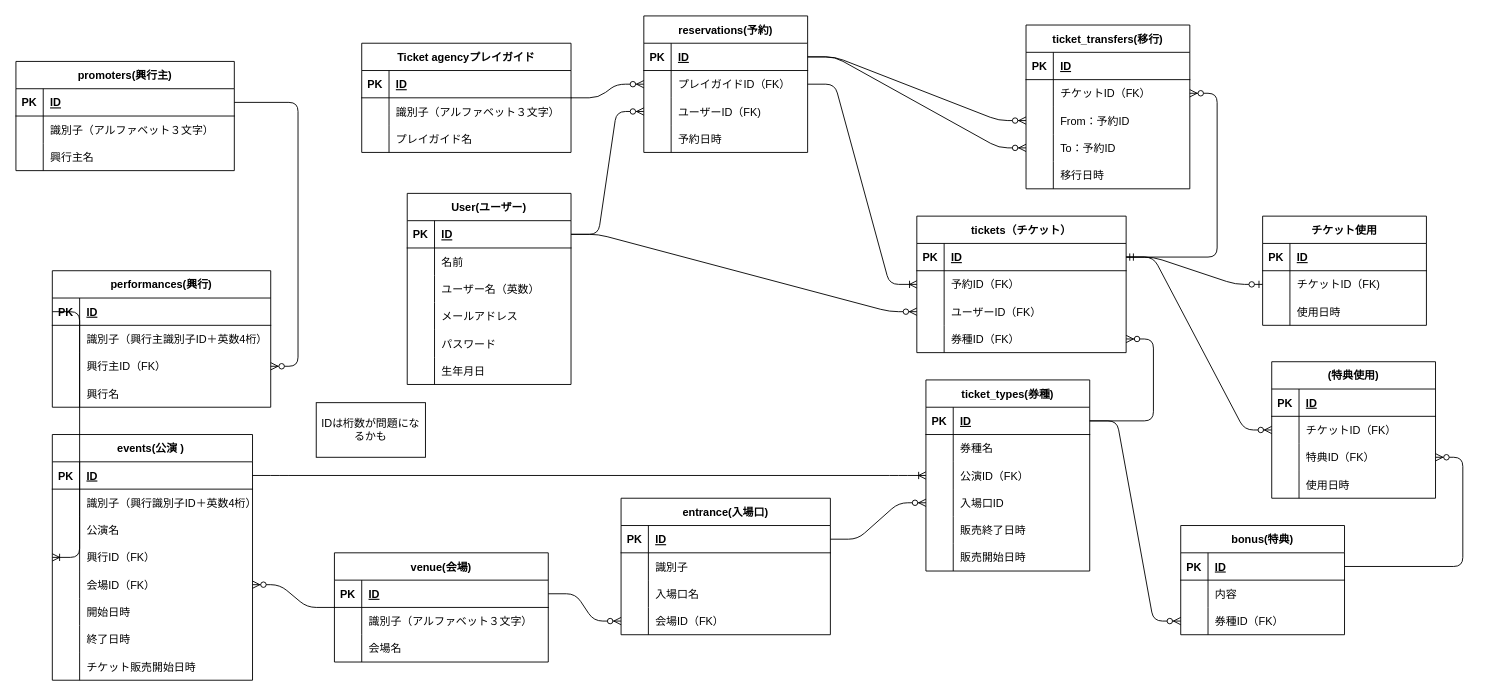
This is ticket-system/ticket-er-diagram.drawio from YassunEngineerUniversity/training-takeshita, a draw.io file, before an edit. Source tidied: cells renumbered, new cells numbered last; positions are measured from the earlier drawing's top-left corner, leaving out a move shared by most shapes. Both pictures are drawn from the tidied source at 91%, with x=0, y=0 at pixel (15, 15).
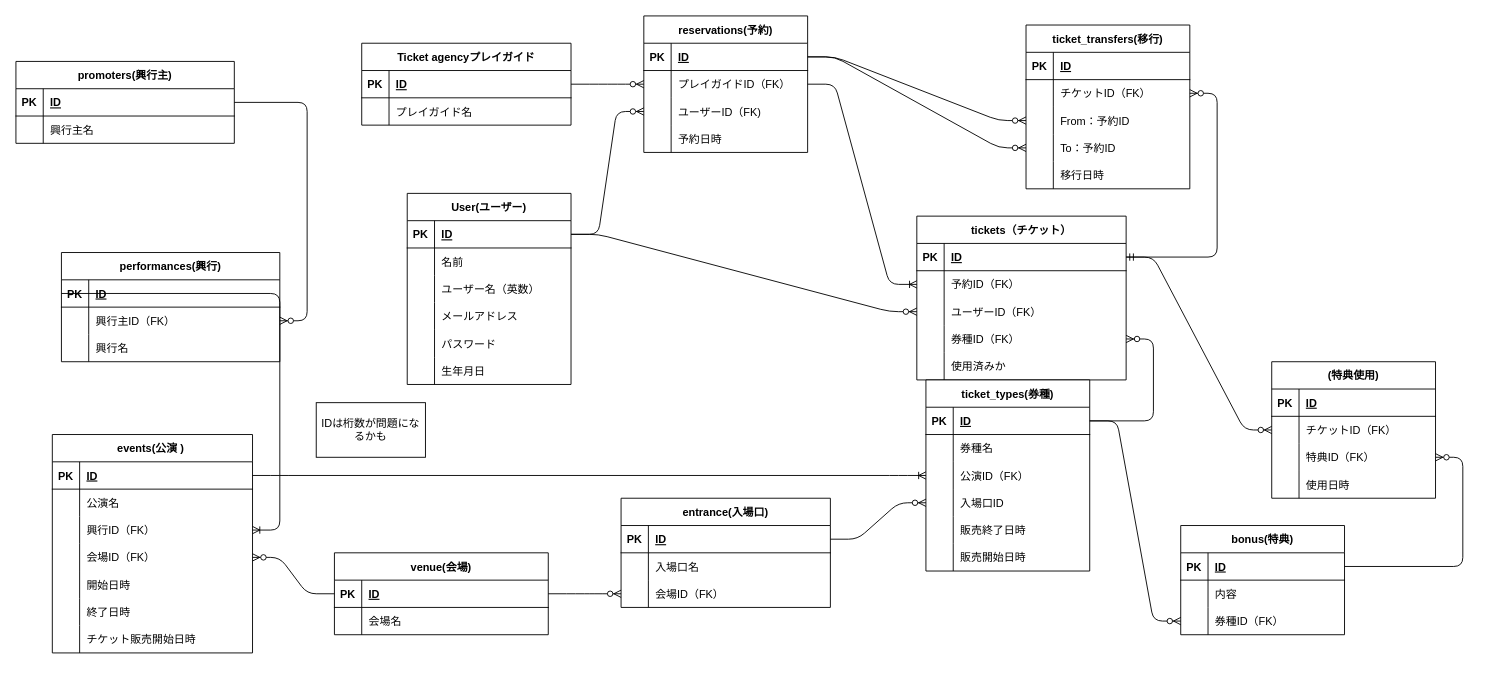
Above is the later version.

Unchanged cells that the change refers to:
```xml
<mxCell id="81" style="shape=tableRow;horizontal=0;startSize=0;swimlaneHead=0;swimlaneBody=0;fillColor=none;points=[[0,0.5],[1,0.5]];portConstraint=eastwest;top=0;left=0;right=0;bottom=1;" parent="80" vertex="1">
  <mxGeometry y="30" width="230" height="30" as="geometry" />
</mxCell>
<mxCell id="199" style="shape=tableRow;horizontal=0;startSize=0;swimlaneHead=0;swimlaneBody=0;fillColor=none;points=[[0,0.5],[1,0.5]];portConstraint=eastwest;top=0;left=0;right=0;bottom=1;" parent="198" vertex="1">
  <mxGeometry y="30" width="240" height="30" as="geometry" />
</mxCell>
```

Diff of the diagram source:
```diff
@@
     <mxCell id="22" value="promoters(興行主)" style="shape=table;startSize=30;childLayout=tableLayout;rowLines=0;fontStyle=1;align=center;" parent="1" vertex="1">
-      <mxGeometry y="50" width="240" height="120" as="geometry" />
+      <mxGeometry y="50" width="240" height="90" as="geometry" />
     </mxCell>
@@
-    <mxCell id="26" style="shape=tableRow;horizontal=0;startSize=0;swimlaneHead=0;swimlaneBody=0;fillColor=none;top=0;left=0;right=0;bottom=0;" parent="22" vertex="1">
-      <mxGeometry y="60" width="240" height="30" as="geometry" />
-    </mxCell>
-    <mxCell id="27" style="shape=partialRectangle;fillColor=none;top=0;left=0;bottom=0;right=0;overflow=hidden;" parent="26" vertex="1">
-      <mxGeometry width="30" height="30" as="geometry" />
-    </mxCell>
-    <mxCell id="28" value="識別子（アルファベット３文字）" style="shape=partialRectangle;fillColor=none;top=0;left=0;bottom=0;right=0;align=left;spacingLeft=6;overflow=hidden;" parent="26" vertex="1">
-      <mxGeometry x="30" width="210" height="30" as="geometry" />
-    </mxCell>
     <mxCell id="29" style="shape=tableRow;horizontal=0;startSize=0;swimlaneHead=0;swimlaneBody=0;fillColor=none;top=0;left=0;right=0;bottom=0;" parent="22" vertex="1">
-      <mxGeometry y="90" width="240" height="30" as="geometry" />
+      <mxGeometry y="60" width="240" height="30" as="geometry" />
     </mxCell>
@@
     <mxCell id="32" value="events(公演 ) " style="shape=table;startSize=30;childLayout=tableLayout;rowLines=0;fontStyle=1;align=center;" parent="1" vertex="1">
-      <mxGeometry x="40" y="460" width="220" height="270" as="geometry" />
+      <mxGeometry x="40" y="460" width="220" height="240" as="geometry" />
     </mxCell>
@@
-    <mxCell id="36" style="shape=tableRow;horizontal=0;startSize=0;swimlaneHead=0;swimlaneBody=0;fillColor=none;top=0;left=0;right=0;bottom=0;" parent="32" vertex="1">
-      <mxGeometry y="60" width="220" height="30" as="geometry" />
-    </mxCell>
-    <mxCell id="37" style="shape=partialRectangle;fillColor=none;top=0;left=0;bottom=0;right=0;overflow=hidden;" parent="36" vertex="1">
-      <mxGeometry width="30" height="30" as="geometry" />
-    </mxCell>
-    <mxCell id="38" value="識別子（興行識別子ID＋英数4桁）" style="shape=partialRectangle;fillColor=none;top=0;left=0;bottom=0;right=0;align=left;spacingLeft=6;overflow=hidden;" parent="36" vertex="1">
-      <mxGeometry x="30" width="190" height="30" as="geometry" />
-    </mxCell>
     <mxCell id="39" style="shape=tableRow;horizontal=0;startSize=0;swimlaneHead=0;swimlaneBody=0;fillColor=none;top=0;left=0;right=0;bottom=0;" parent="32" vertex="1">
-      <mxGeometry y="90" width="220" height="30" as="geometry" />
+      <mxGeometry y="60" width="220" height="30" as="geometry" />
     </mxCell>
@@
     <mxCell id="42" style="shape=tableRow;horizontal=0;startSize=0;swimlaneHead=0;swimlaneBody=0;fillColor=none;points=[[0,0.5],[1,0.5]];portConstraint=eastwest;top=0;left=0;right=0;bottom=0;" parent="32" vertex="1">
-      <mxGeometry y="120" width="220" height="30" as="geometry" />
+      <mxGeometry y="90" width="220" height="30" as="geometry" />
     </mxCell>
@@
     <mxCell id="45" style="shape=tableRow;horizontal=0;startSize=0;swimlaneHead=0;swimlaneBody=0;fillColor=none;points=[[0,0.5],[1,0.5]];portConstraint=eastwest;top=0;left=0;right=0;bottom=0;" parent="32" vertex="1">
-      <mxGeometry y="150" width="220" height="30" as="geometry" />
+      <mxGeometry y="120" width="220" height="30" as="geometry" />
     </mxCell>
@@
     <mxCell id="48" style="shape=tableRow;horizontal=0;startSize=0;swimlaneHead=0;swimlaneBody=0;fillColor=none;top=0;left=0;right=0;bottom=0;" parent="32" vertex="1">
-      <mxGeometry y="180" width="220" height="30" as="geometry" />
+      <mxGeometry y="150" width="220" height="30" as="geometry" />
     </mxCell>
@@
     <mxCell id="51" style="shape=tableRow;horizontal=0;startSize=0;swimlaneHead=0;swimlaneBody=0;fillColor=none;top=0;left=0;right=0;bottom=0;" parent="32" vertex="1">
-      <mxGeometry y="210" width="220" height="30" as="geometry" />
+      <mxGeometry y="180" width="220" height="30" as="geometry" />
     </mxCell>
@@
     <mxCell id="54" style="shape=tableRow;horizontal=0;startSize=0;swimlaneHead=0;swimlaneBody=0;fillColor=none;top=0;left=0;right=0;bottom=0;" parent="32" vertex="1">
-      <mxGeometry y="240" width="220" height="30" as="geometry" />
+      <mxGeometry y="210" width="220" height="30" as="geometry" />
     </mxCell>
@@
     <mxCell id="57" value="Ticket agencyプレイガイド" style="shape=table;startSize=30;childLayout=tableLayout;rowLines=0;fontStyle=1;align=center;" parent="1" vertex="1">
-      <mxGeometry x="380" y="30" width="230" height="120" as="geometry" />
+      <mxGeometry x="380" y="30" width="230" height="90" as="geometry" />
     </mxCell>
@@
-    <mxCell id="61" style="shape=tableRow;horizontal=0;startSize=0;swimlaneHead=0;swimlaneBody=0;fillColor=none;top=0;left=0;right=0;bottom=0;" parent="57" vertex="1">
-      <mxGeometry y="60" width="230" height="30" as="geometry" />
-    </mxCell>
-    <mxCell id="62" style="shape=partialRectangle;fillColor=none;top=0;left=0;bottom=0;right=0;overflow=hidden;" parent="61" vertex="1">
-      <mxGeometry width="30" height="30" as="geometry" />
-    </mxCell>
-    <mxCell id="63" value="識別子（アルファベット３文字）" style="shape=partialRectangle;fillColor=none;top=0;left=0;bottom=0;right=0;align=left;spacingLeft=6;overflow=hidden;" parent="61" vertex="1">
-      <mxGeometry x="30" width="200" height="30" as="geometry" />
-    </mxCell>
     <mxCell id="64" style="shape=tableRow;horizontal=0;startSize=0;swimlaneHead=0;swimlaneBody=0;fillColor=none;top=0;left=0;right=0;bottom=0;" parent="57" vertex="1">
-      <mxGeometry y="90" width="230" height="30" as="geometry" />
+      <mxGeometry y="60" width="230" height="30" as="geometry" />
     </mxCell>
@@
     <mxCell id="80" value="tickets（チケット）" style="shape=table;startSize=30;childLayout=tableLayout;rowLines=0;fontStyle=1;align=center;" parent="1" vertex="1">
-      <mxGeometry x="990" y="220" width="230" height="150" as="geometry" />
+      <mxGeometry x="990" y="220" width="230" height="180" as="geometry" />
     </mxCell>
@@
+    <mxCell id="215" style="shape=tableRow;horizontal=0;startSize=0;swimlaneHead=0;swimlaneBody=0;fillColor=none;top=0;left=0;right=0;bottom=0;" parent="80" vertex="1">
+      <mxGeometry y="150" width="230" height="30" as="geometry" />
+    </mxCell>
+    <mxCell id="216" style="shape=partialRectangle;fillColor=none;top=0;left=0;bottom=0;right=0;overflow=hidden;" parent="215" vertex="1">
+      <mxGeometry width="30" height="30" as="geometry" />
+    </mxCell>
+    <mxCell id="217" value="使用済みか" style="shape=partialRectangle;fillColor=none;top=0;left=0;bottom=0;right=0;align=left;spacingLeft=6;overflow=hidden;" parent="215" vertex="1">
+      <mxGeometry x="30" width="200" height="30" as="geometry" />
+    </mxCell>
@@
     <mxCell id="94" value="venue(会場)" style="shape=table;startSize=30;childLayout=tableLayout;rowLines=0;fontStyle=1;align=center;" parent="1" vertex="1">
-      <mxGeometry x="350" y="590" width="235" height="120" as="geometry" />
+      <mxGeometry x="350" y="590" width="235" height="90" as="geometry" />
     </mxCell>
@@
-    <mxCell id="98" style="shape=tableRow;horizontal=0;startSize=0;swimlaneHead=0;swimlaneBody=0;fillColor=none;top=0;left=0;right=0;bottom=0;" parent="94" vertex="1">
-      <mxGeometry y="60" width="235" height="30" as="geometry" />
-    </mxCell>
-    <mxCell id="99" style="shape=partialRectangle;fillColor=none;top=0;left=0;bottom=0;right=0;overflow=hidden;" parent="98" vertex="1">
-      <mxGeometry width="30" height="30" as="geometry" />
-    </mxCell>
-    <mxCell id="100" value="識別子（アルファベット３文字）" style="shape=partialRectangle;fillColor=none;top=0;left=0;bottom=0;right=0;align=left;spacingLeft=6;overflow=hidden;" parent="98" vertex="1">
-      <mxGeometry x="30" width="205" height="30" as="geometry" />
-    </mxCell>
     <mxCell id="101" style="shape=tableRow;horizontal=0;startSize=0;swimlaneHead=0;swimlaneBody=0;fillColor=none;top=0;left=0;right=0;bottom=0;" parent="94" vertex="1">
-      <mxGeometry y="90" width="235" height="30" as="geometry" />
+      <mxGeometry y="60" width="235" height="30" as="geometry" />
     </mxCell>
@@
     <mxCell id="104" value="entrance(入場口)" style="shape=table;startSize=30;childLayout=tableLayout;rowLines=0;fontStyle=1;align=center;" parent="1" vertex="1">
-      <mxGeometry x="665" y="530" width="230" height="150" as="geometry" />
+      <mxGeometry x="665" y="530" width="230" height="120" as="geometry" />
     </mxCell>
@@
-    <mxCell id="108" style="shape=tableRow;horizontal=0;startSize=0;swimlaneHead=0;swimlaneBody=0;fillColor=none;top=0;left=0;right=0;bottom=0;" parent="104" vertex="1">
-      <mxGeometry y="60" width="230" height="30" as="geometry" />
-    </mxCell>
-    <mxCell id="109" style="shape=partialRectangle;fillColor=none;top=0;left=0;bottom=0;right=0;overflow=hidden;" parent="108" vertex="1">
-      <mxGeometry width="30" height="30" as="geometry" />
-    </mxCell>
-    <mxCell id="110" value="識別子" style="shape=partialRectangle;fillColor=none;top=0;left=0;bottom=0;right=0;align=left;spacingLeft=6;overflow=hidden;" parent="108" vertex="1">
-      <mxGeometry x="30" width="200" height="30" as="geometry" />
-    </mxCell>
     <mxCell id="111" style="shape=tableRow;horizontal=0;startSize=0;swimlaneHead=0;swimlaneBody=0;fillColor=none;top=0;left=0;right=0;bottom=0;" parent="104" vertex="1">
-      <mxGeometry y="90" width="230" height="30" as="geometry" />
+      <mxGeometry y="60" width="230" height="30" as="geometry" />
     </mxCell>
@@
     <mxCell id="114" style="shape=tableRow;horizontal=0;startSize=0;swimlaneHead=0;swimlaneBody=0;fillColor=none;points=[[0,0.5],[1,0.5]];portConstraint=eastwest;top=0;left=0;right=0;bottom=0;" parent="104" vertex="1">
-      <mxGeometry y="120" width="230" height="30" as="geometry" />
+      <mxGeometry y="90" width="230" height="30" as="geometry" />
     </mxCell>
@@
-    <mxCell id="162" value="チケット使用" style="shape=table;startSize=30;childLayout=tableLayout;rowLines=0;fontStyle=1;align=center;" parent="1" vertex="1">
-      <mxGeometry x="1370" y="220" width="180" height="120" as="geometry" />
-    </mxCell>
-    <mxCell id="163" style="shape=tableRow;horizontal=0;startSize=0;swimlaneHead=0;swimlaneBody=0;fillColor=none;top=0;left=0;right=0;bottom=1;" parent="162" vertex="1">
-      <mxGeometry y="30" width="180" height="30" as="geometry" />
-    </mxCell>
-    <mxCell id="164" value="PK" style="shape=partialRectangle;fillColor=none;top=0;left=0;bottom=0;right=0;fontStyle=1;overflow=hidden;" parent="163" vertex="1">
-      <mxGeometry width="30" height="30" as="geometry" />
-    </mxCell>
-    <mxCell id="165" value="ID" style="shape=partialRectangle;fillColor=none;top=0;left=0;bottom=0;right=0;align=left;spacingLeft=6;fontStyle=5;overflow=hidden;" parent="163" vertex="1">
-      <mxGeometry x="30" width="150" height="30" as="geometry" />
-    </mxCell>
-    <mxCell id="166" style="shape=tableRow;horizontal=0;startSize=0;swimlaneHead=0;swimlaneBody=0;fillColor=none;points=[[0,0.5],[1,0.5]];portConstraint=eastwest;top=0;left=0;right=0;bottom=0;" parent="162" vertex="1">
-      <mxGeometry y="60" width="180" height="30" as="geometry" />
-    </mxCell>
-    <mxCell id="167" style="shape=partialRectangle;fillColor=none;top=0;left=0;bottom=0;right=0;overflow=hidden;" parent="166" vertex="1">
-      <mxGeometry width="30" height="30" as="geometry" />
-    </mxCell>
-    <mxCell id="168" value="チケットID（FK)" style="shape=partialRectangle;fillColor=none;top=0;left=0;bottom=0;right=0;align=left;spacingLeft=6;overflow=hidden;" parent="166" vertex="1">
-      <mxGeometry x="30" width="150" height="30" as="geometry" />
-    </mxCell>
-    <mxCell id="169" style="shape=tableRow;horizontal=0;startSize=0;swimlaneHead=0;swimlaneBody=0;fillColor=none;top=0;left=0;right=0;bottom=0;" parent="162" vertex="1">
-      <mxGeometry y="90" width="180" height="30" as="geometry" />
-    </mxCell>
-    <mxCell id="170" style="shape=partialRectangle;fillColor=none;top=0;left=0;bottom=0;right=0;overflow=hidden;" parent="169" vertex="1">
-      <mxGeometry width="30" height="30" as="geometry" />
-    </mxCell>
-    <mxCell id="171" value="使用日時" style="shape=partialRectangle;fillColor=none;top=0;left=0;bottom=0;right=0;align=left;spacingLeft=6;overflow=hidden;" parent="169" vertex="1">
-      <mxGeometry x="30" width="150" height="30" as="geometry" />
-    </mxCell>
@@
-    <mxCell id="188" style="edgeStyle=entityRelationEdgeStyle;fontSize=12;html=1;endArrow=ERzeroToOne;endFill=1;" parent="1" edge="1" source="81" target="166">
-      <mxGeometry relative="1" as="geometry" />
-    </mxCell>
@@
     <mxCell id="198" value="performances(興行)" style="shape=table;startSize=30;childLayout=tableLayout;rowLines=0;fontStyle=1;align=center;" parent="1" vertex="1">
-      <mxGeometry x="40" y="280" width="240" height="150" as="geometry" />
+      <mxGeometry x="50" y="260" width="240" height="120" as="geometry" />
     </mxCell>
@@
-    <mxCell id="202" style="shape=tableRow;horizontal=0;startSize=0;swimlaneHead=0;swimlaneBody=0;fillColor=none;top=0;left=0;right=0;bottom=0;" parent="198" vertex="1">
-      <mxGeometry y="60" width="240" height="30" as="geometry" />
-    </mxCell>
-    <mxCell id="203" style="shape=partialRectangle;fillColor=none;top=0;left=0;bottom=0;right=0;overflow=hidden;" parent="202" vertex="1">
-      <mxGeometry width="30" height="30" as="geometry" />
-    </mxCell>
-    <mxCell id="204" value="識別子（興行主識別子ID＋英数4桁）" style="shape=partialRectangle;fillColor=none;top=0;left=0;bottom=0;right=0;align=left;spacingLeft=6;overflow=hidden;" parent="202" vertex="1">
-      <mxGeometry x="30" width="210" height="30" as="geometry" />
-    </mxCell>
     <mxCell id="205" style="shape=tableRow;horizontal=0;startSize=0;swimlaneHead=0;swimlaneBody=0;fillColor=none;points=[[0,0.5],[1,0.5]];portConstraint=eastwest;top=0;left=0;right=0;bottom=0;" parent="198" vertex="1">
-      <mxGeometry y="90" width="240" height="30" as="geometry" />
+      <mxGeometry y="60" width="240" height="30" as="geometry" />
     </mxCell>
@@
     <mxCell id="208" style="shape=tableRow;horizontal=0;startSize=0;swimlaneHead=0;swimlaneBody=0;fillColor=none;top=0;left=0;right=0;bottom=0;" parent="198" vertex="1">
-      <mxGeometry y="120" width="240" height="30" as="geometry" />
+      <mxGeometry y="90" width="240" height="30" as="geometry" />
     </mxCell>
@@
-    <mxCell id="212" style="edgeStyle=entityRelationEdgeStyle;fontSize=12;html=1;endArrow=ERoneToMany;entryX=0;entryY=0.5;entryDx=0;entryDy=0;exitX=0;exitY=0.5;exitDx=0;exitDy=0;" parent="1" edge="1" source="199" target="42">
+    <mxCell id="212" style="edgeStyle=entityRelationEdgeStyle;fontSize=12;html=1;endArrow=ERoneToMany;exitX=0;exitY=0.5;exitDx=0;exitDy=0;" parent="1" edge="1" source="199" target="42">
       <mxGeometry relative="1" as="geometry" />
     </mxCell>
```
